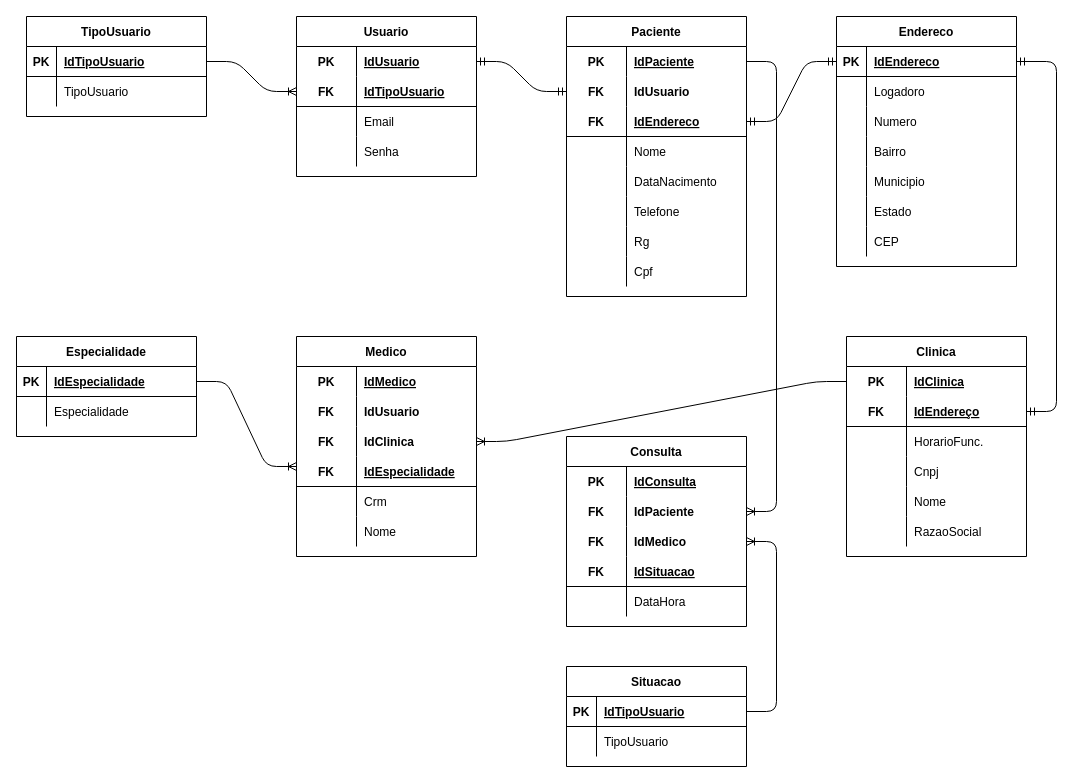
The draw.io diagram page "Lógico" (2 of 2) of Modelagens/Modelagens_SpMedGroup.drawio in livianegrini/SpMedGroup, before the edit. Source tidied: cells renumbered, new cells numbered last; positions are measured from the earlier drawing's top-left corner, leaving out a move shared by most shapes. Both pictures are drawn from the tidied source at 100%, with x=0, y=0 at pixel (16, 16).
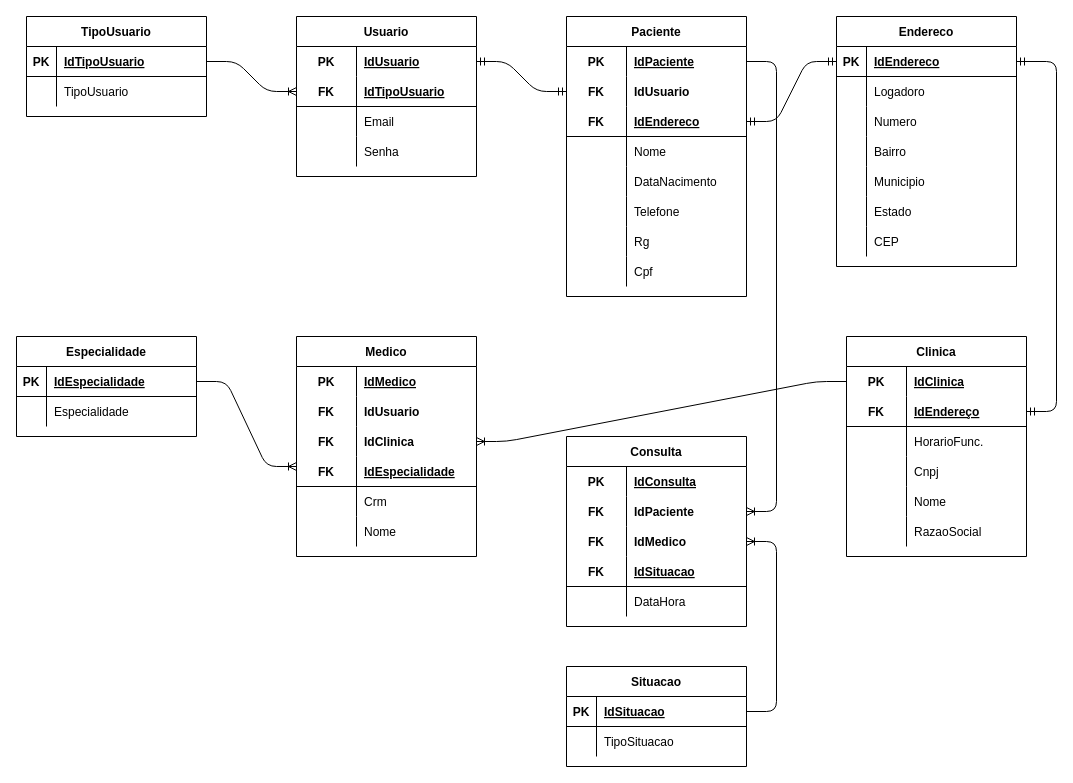
Above is the later version.

Unchanged cells that the change refers to:
```xml
<mxCell id="131" style="shape=partialRectangle;fillColor=none;top=0;left=0;bottom=1;right=0;points=[[0,0.5],[1,0.5]];portConstraint=eastwest;" parent="130" vertex="1">
  <mxGeometry y="30" width="180" height="30" as="geometry" />
</mxCell>
<mxCell id="134" style="shape=partialRectangle;fillColor=none;top=0;left=0;bottom=0;right=0;" parent="130" vertex="1">
  <mxGeometry y="60" width="180" height="30" as="geometry" />
</mxCell>
```

Diff of the diagram source:
```diff
@@
-    <mxCell id="133" value="IdTipoUsuario" style="shape=partialRectangle;fillColor=none;top=0;left=0;bottom=0;right=0;align=left;spacingLeft=6;fontStyle=5;overflow=hidden;" parent="131" vertex="1">
+    <mxCell id="133" value="IdSituacao" style="shape=partialRectangle;fillColor=none;top=0;left=0;bottom=0;right=0;align=left;spacingLeft=6;fontStyle=5;overflow=hidden;" parent="131" vertex="1">
       <mxGeometry x="30" width="150" height="30" as="geometry" />
     </mxCell>
@@
-    <mxCell id="136" value="TipoUsuario" style="shape=partialRectangle;fillColor=none;top=0;left=0;bottom=0;right=0;align=left;spacingLeft=6;overflow=hidden;" parent="134" vertex="1">
+    <mxCell id="136" value="TipoSituacao" style="shape=partialRectangle;fillColor=none;top=0;left=0;bottom=0;right=0;align=left;spacingLeft=6;overflow=hidden;" parent="134" vertex="1">
       <mxGeometry x="30" width="150" height="30" as="geometry" />
     </mxCell>
```
